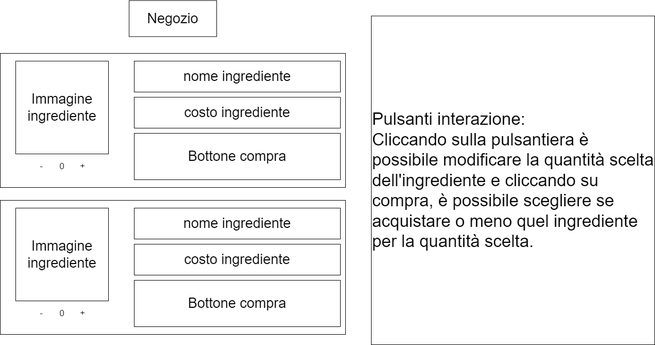
The draw.io diagram doc/img/StoryboardInterazioneConNegozio.png in zSavT/Healthy-Catering, before a commit. Source tidied: cells renumbered, new cells last; positions are measured from the earlier drawing's top-left corner, leaving out a move shared by most shapes. The source it was exported from:
```xml
<mxGraphModel>
  <root>
    <mxCell id="0" />
    <mxCell id="1" parent="0" />
    <mxCell id="2" value="Negozio" style="rounded=0;whiteSpace=wrap;html=1;fontSize=27;" parent="1" vertex="1">
      <mxGeometry x="250" y="0.5" width="170" height="70" as="geometry" />
    </mxCell>
    <mxCell id="3" value="&lt;font style=&quot;font-size: 33px;&quot;&gt;Pulsanti interazione:&lt;br&gt;Cliccando sulla pulsantiera è possibile modificare la quantità scelta dell'ingrediente e cliccando su compra, è possibile scegliere se acquistare o meno quel ingrediente per la quantità scelta.&lt;br&gt;&lt;/font&gt;" style="rounded=0;whiteSpace=wrap;html=1;fontSize=27;align=left;" parent="1" vertex="1">
      <mxGeometry x="720" y="30.5" width="550" height="637.5" as="geometry" />
    </mxCell>
    <mxCell id="4" style="whiteSpace=wrap;html=1;" parent="1" vertex="1">
      <mxGeometry y="103" width="670" height="260" as="geometry" />
    </mxCell>
    <mxCell id="5" value="costo ingrediente" style="rounded=0;whiteSpace=wrap;html=1;fontSize=27;" parent="1" vertex="1">
      <mxGeometry x="260" y="188" width="400" height="60" as="geometry" />
    </mxCell>
    <mxCell id="6" value="Bottone compra" style="rounded=0;whiteSpace=wrap;html=1;fontSize=27;" parent="1" vertex="1">
      <mxGeometry x="260" y="258" width="400" height="90" as="geometry" />
    </mxCell>
    <mxCell id="7" value="Immagine ingrediente" style="rounded=0;whiteSpace=wrap;html=1;fontSize=27;" parent="1" vertex="1">
      <mxGeometry x="30" y="118" width="180" height="180" as="geometry" />
    </mxCell>
    <mxCell id="8" value="nome ingrediente" style="rounded=0;whiteSpace=wrap;html=1;fontSize=27;" parent="1" vertex="1">
      <mxGeometry x="260" y="118" width="400" height="60" as="geometry" />
    </mxCell>
    <mxCell id="9" value="&lt;font style=&quot;font-size: 17px;&quot;&gt;0&lt;/font&gt;" style="text;html=1;strokeColor=none;fillColor=none;align=center;verticalAlign=middle;whiteSpace=wrap;rounded=0;" parent="1" vertex="1">
      <mxGeometry x="90" y="308" width="60" height="30" as="geometry" />
    </mxCell>
    <mxCell id="10" value="&lt;font style=&quot;font-size: 17px;&quot;&gt;+&lt;/font&gt;" style="text;html=1;strokeColor=none;fillColor=none;align=center;verticalAlign=middle;whiteSpace=wrap;rounded=0;" parent="1" vertex="1">
      <mxGeometry x="130" y="308" width="60" height="30" as="geometry" />
    </mxCell>
    <mxCell id="11" value="&lt;font style=&quot;font-size: 17px;&quot;&gt;-&lt;/font&gt;" style="text;html=1;strokeColor=none;fillColor=none;align=center;verticalAlign=middle;whiteSpace=wrap;rounded=0;" parent="1" vertex="1">
      <mxGeometry x="50" y="308" width="60" height="30" as="geometry" />
    </mxCell>
    <mxCell id="12" style="whiteSpace=wrap;html=1;" parent="1" vertex="1">
      <mxGeometry y="388" width="670" height="260" as="geometry" />
    </mxCell>
    <mxCell id="13" value="costo ingrediente" style="rounded=0;whiteSpace=wrap;html=1;fontSize=27;" parent="1" vertex="1">
      <mxGeometry x="260" y="473" width="400" height="60" as="geometry" />
    </mxCell>
    <mxCell id="14" value="Bottone compra" style="rounded=0;whiteSpace=wrap;html=1;fontSize=27;" parent="1" vertex="1">
      <mxGeometry x="260" y="543" width="400" height="90" as="geometry" />
    </mxCell>
    <mxCell id="15" value="Immagine ingrediente" style="rounded=0;whiteSpace=wrap;html=1;fontSize=27;" parent="1" vertex="1">
      <mxGeometry x="30" y="403" width="180" height="180" as="geometry" />
    </mxCell>
    <mxCell id="16" value="nome ingrediente" style="rounded=0;whiteSpace=wrap;html=1;fontSize=27;" parent="1" vertex="1">
      <mxGeometry x="260" y="403" width="400" height="60" as="geometry" />
    </mxCell>
    <mxCell id="17" value="&lt;font style=&quot;font-size: 17px;&quot;&gt;0&lt;/font&gt;" style="text;html=1;strokeColor=none;fillColor=none;align=center;verticalAlign=middle;whiteSpace=wrap;rounded=0;" parent="1" vertex="1">
      <mxGeometry x="90" y="593" width="60" height="30" as="geometry" />
    </mxCell>
    <mxCell id="18" value="&lt;font style=&quot;font-size: 17px;&quot;&gt;+&lt;/font&gt;" style="text;html=1;strokeColor=none;fillColor=none;align=center;verticalAlign=middle;whiteSpace=wrap;rounded=0;" parent="1" vertex="1">
      <mxGeometry x="130" y="593" width="60" height="30" as="geometry" />
    </mxCell>
    <mxCell id="19" value="&lt;font style=&quot;font-size: 17px;&quot;&gt;-&lt;/font&gt;" style="text;html=1;strokeColor=none;fillColor=none;align=center;verticalAlign=middle;whiteSpace=wrap;rounded=0;" parent="1" vertex="1">
      <mxGeometry x="50" y="593" width="60" height="30" as="geometry" />
    </mxCell>
  </root>
</mxGraphModel>
```
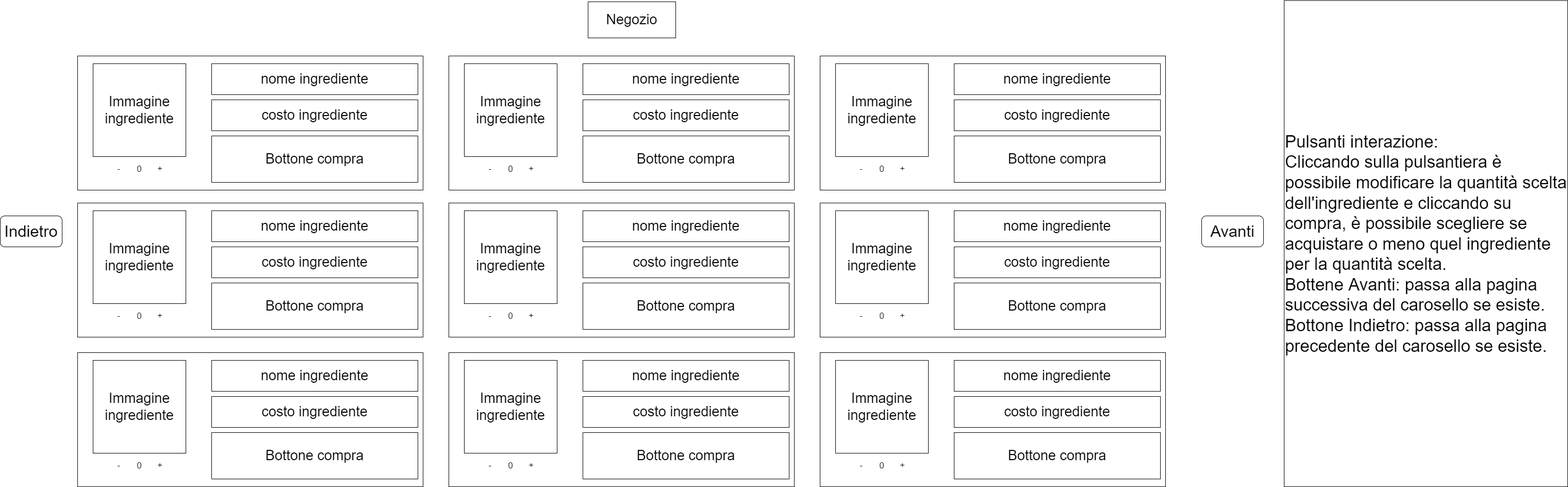
Above is the later version.

Commit message:
Aggiornato storyboard negozio

Change to the diagram source:
```diff
@@ -3,10 +3,10 @@
     <mxCell id="0" />
     <mxCell id="1" parent="0" />
     <mxCell id="2" value="Negozio" style="rounded=0;whiteSpace=wrap;html=1;fontSize=27;" parent="1" vertex="1">
-      <mxGeometry x="250" y="0.5" width="170" height="70" as="geometry" />
+      <mxGeometry x="990" y="-2" width="170" height="70" as="geometry" />
     </mxCell>
-    <mxCell id="3" value="&lt;font style=&quot;font-size: 33px;&quot;&gt;Pulsanti interazione:&lt;br&gt;Cliccando sulla pulsantiera è possibile modificare la quantità scelta dell'ingrediente e cliccando su compra, è possibile scegliere se acquistare o meno quel ingrediente per la quantità scelta.&lt;br&gt;&lt;/font&gt;" style="rounded=0;whiteSpace=wrap;html=1;fontSize=27;align=left;" parent="1" vertex="1">
-      <mxGeometry x="720" y="30.5" width="550" height="637.5" as="geometry" />
+    <mxCell id="3" value="&lt;font style=&quot;font-size: 33px;&quot;&gt;Pulsanti interazione:&lt;br&gt;Cliccando sulla pulsantiera è possibile modificare la quantità scelta dell'ingrediente e cliccando su compra, è possibile scegliere se acquistare o meno quel ingrediente per la quantità scelta.&lt;br&gt;Bottene Avanti: passa alla pagina successiva del carosello se esiste.&lt;br&gt;Bottone Indietro: passa alla pagina precedente del carosello se esiste.&lt;br&gt;&lt;/font&gt;" style="rounded=0;whiteSpace=wrap;html=1;fontSize=27;align=left;" parent="1" vertex="1">
+      <mxGeometry x="2340" y="-4.5" width="550" height="942.5" as="geometry" />
     </mxCell>
     <mxCell id="4" style="whiteSpace=wrap;html=1;" parent="1" vertex="1">
       <mxGeometry y="103" width="670" height="260" as="geometry" />
@@ -56,5 +56,179 @@
     <mxCell id="19" value="&lt;font style=&quot;font-size: 17px;&quot;&gt;-&lt;/font&gt;" style="text;html=1;strokeColor=none;fillColor=none;align=center;verticalAlign=middle;whiteSpace=wrap;rounded=0;" parent="1" vertex="1">
       <mxGeometry x="50" y="593" width="60" height="30" as="geometry" />
     </mxCell>
+    <mxCell id="20" style="whiteSpace=wrap;html=1;" parent="1" vertex="1">
+      <mxGeometry y="678" width="670" height="260" as="geometry" />
+    </mxCell>
+    <mxCell id="21" value="costo ingrediente" style="rounded=0;whiteSpace=wrap;html=1;fontSize=27;" parent="1" vertex="1">
+      <mxGeometry x="260" y="763" width="400" height="60" as="geometry" />
+    </mxCell>
+    <mxCell id="22" value="Bottone compra" style="rounded=0;whiteSpace=wrap;html=1;fontSize=27;" parent="1" vertex="1">
+      <mxGeometry x="260" y="833" width="400" height="90" as="geometry" />
+    </mxCell>
+    <mxCell id="23" value="Immagine ingrediente" style="rounded=0;whiteSpace=wrap;html=1;fontSize=27;" parent="1" vertex="1">
+      <mxGeometry x="30" y="693" width="180" height="180" as="geometry" />
+    </mxCell>
+    <mxCell id="24" value="nome ingrediente" style="rounded=0;whiteSpace=wrap;html=1;fontSize=27;" parent="1" vertex="1">
+      <mxGeometry x="260" y="693" width="400" height="60" as="geometry" />
+    </mxCell>
+    <mxCell id="25" value="&lt;font style=&quot;font-size: 17px;&quot;&gt;0&lt;/font&gt;" style="text;html=1;strokeColor=none;fillColor=none;align=center;verticalAlign=middle;whiteSpace=wrap;rounded=0;" parent="1" vertex="1">
+      <mxGeometry x="90" y="883" width="60" height="30" as="geometry" />
+    </mxCell>
+    <mxCell id="26" value="&lt;font style=&quot;font-size: 17px;&quot;&gt;+&lt;/font&gt;" style="text;html=1;strokeColor=none;fillColor=none;align=center;verticalAlign=middle;whiteSpace=wrap;rounded=0;" parent="1" vertex="1">
+      <mxGeometry x="130" y="883" width="60" height="30" as="geometry" />
+    </mxCell>
+    <mxCell id="27" value="&lt;font style=&quot;font-size: 17px;&quot;&gt;-&lt;/font&gt;" style="text;html=1;strokeColor=none;fillColor=none;align=center;verticalAlign=middle;whiteSpace=wrap;rounded=0;" parent="1" vertex="1">
+      <mxGeometry x="50" y="883" width="60" height="30" as="geometry" />
+    </mxCell>
+    <mxCell id="28" style="whiteSpace=wrap;html=1;" parent="1" vertex="1">
+      <mxGeometry x="720" y="103" width="670" height="260" as="geometry" />
+    </mxCell>
+    <mxCell id="29" value="costo ingrediente" style="rounded=0;whiteSpace=wrap;html=1;fontSize=27;" parent="1" vertex="1">
+      <mxGeometry x="980" y="188" width="400" height="60" as="geometry" />
+    </mxCell>
+    <mxCell id="30" value="Bottone compra" style="rounded=0;whiteSpace=wrap;html=1;fontSize=27;" parent="1" vertex="1">
+      <mxGeometry x="980" y="258" width="400" height="90" as="geometry" />
+    </mxCell>
+    <mxCell id="31" value="Immagine ingrediente" style="rounded=0;whiteSpace=wrap;html=1;fontSize=27;" parent="1" vertex="1">
+      <mxGeometry x="750" y="118" width="180" height="180" as="geometry" />
+    </mxCell>
+    <mxCell id="32" value="nome ingrediente" style="rounded=0;whiteSpace=wrap;html=1;fontSize=27;" parent="1" vertex="1">
+      <mxGeometry x="980" y="118" width="400" height="60" as="geometry" />
+    </mxCell>
+    <mxCell id="33" value="&lt;font style=&quot;font-size: 17px;&quot;&gt;0&lt;/font&gt;" style="text;html=1;strokeColor=none;fillColor=none;align=center;verticalAlign=middle;whiteSpace=wrap;rounded=0;" parent="1" vertex="1">
+      <mxGeometry x="810" y="308" width="60" height="30" as="geometry" />
+    </mxCell>
+    <mxCell id="34" value="&lt;font style=&quot;font-size: 17px;&quot;&gt;+&lt;/font&gt;" style="text;html=1;strokeColor=none;fillColor=none;align=center;verticalAlign=middle;whiteSpace=wrap;rounded=0;" parent="1" vertex="1">
+      <mxGeometry x="850" y="308" width="60" height="30" as="geometry" />
+    </mxCell>
+    <mxCell id="35" value="&lt;font style=&quot;font-size: 17px;&quot;&gt;-&lt;/font&gt;" style="text;html=1;strokeColor=none;fillColor=none;align=center;verticalAlign=middle;whiteSpace=wrap;rounded=0;" parent="1" vertex="1">
+      <mxGeometry x="770" y="308" width="60" height="30" as="geometry" />
+    </mxCell>
+    <mxCell id="36" style="whiteSpace=wrap;html=1;" parent="1" vertex="1">
+      <mxGeometry x="720" y="388" width="670" height="260" as="geometry" />
+    </mxCell>
+    <mxCell id="37" value="costo ingrediente" style="rounded=0;whiteSpace=wrap;html=1;fontSize=27;" parent="1" vertex="1">
+      <mxGeometry x="980" y="473" width="400" height="60" as="geometry" />
+    </mxCell>
+    <mxCell id="38" value="Bottone compra" style="rounded=0;whiteSpace=wrap;html=1;fontSize=27;" parent="1" vertex="1">
+      <mxGeometry x="980" y="543" width="400" height="90" as="geometry" />
+    </mxCell>
+    <mxCell id="39" value="Immagine ingrediente" style="rounded=0;whiteSpace=wrap;html=1;fontSize=27;" parent="1" vertex="1">
+      <mxGeometry x="750" y="403" width="180" height="180" as="geometry" />
+    </mxCell>
+    <mxCell id="40" value="nome ingrediente" style="rounded=0;whiteSpace=wrap;html=1;fontSize=27;" parent="1" vertex="1">
+      <mxGeometry x="980" y="403" width="400" height="60" as="geometry" />
+    </mxCell>
+    <mxCell id="41" value="&lt;font style=&quot;font-size: 17px;&quot;&gt;0&lt;/font&gt;" style="text;html=1;strokeColor=none;fillColor=none;align=center;verticalAlign=middle;whiteSpace=wrap;rounded=0;" parent="1" vertex="1">
+      <mxGeometry x="810" y="593" width="60" height="30" as="geometry" />
+    </mxCell>
+    <mxCell id="42" value="&lt;font style=&quot;font-size: 17px;&quot;&gt;+&lt;/font&gt;" style="text;html=1;strokeColor=none;fillColor=none;align=center;verticalAlign=middle;whiteSpace=wrap;rounded=0;" parent="1" vertex="1">
+      <mxGeometry x="850" y="593" width="60" height="30" as="geometry" />
+    </mxCell>
+    <mxCell id="43" value="&lt;font style=&quot;font-size: 17px;&quot;&gt;-&lt;/font&gt;" style="text;html=1;strokeColor=none;fillColor=none;align=center;verticalAlign=middle;whiteSpace=wrap;rounded=0;" parent="1" vertex="1">
+      <mxGeometry x="770" y="593" width="60" height="30" as="geometry" />
+    </mxCell>
+    <mxCell id="44" style="whiteSpace=wrap;html=1;" parent="1" vertex="1">
+      <mxGeometry x="720" y="678" width="670" height="260" as="geometry" />
+    </mxCell>
+    <mxCell id="45" value="costo ingrediente" style="rounded=0;whiteSpace=wrap;html=1;fontSize=27;" parent="1" vertex="1">
+      <mxGeometry x="980" y="763" width="400" height="60" as="geometry" />
+    </mxCell>
+    <mxCell id="46" value="Bottone compra" style="rounded=0;whiteSpace=wrap;html=1;fontSize=27;" parent="1" vertex="1">
+      <mxGeometry x="980" y="833" width="400" height="90" as="geometry" />
+    </mxCell>
+    <mxCell id="47" value="Immagine ingrediente" style="rounded=0;whiteSpace=wrap;html=1;fontSize=27;" parent="1" vertex="1">
+      <mxGeometry x="750" y="693" width="180" height="180" as="geometry" />
+    </mxCell>
+    <mxCell id="48" value="nome ingrediente" style="rounded=0;whiteSpace=wrap;html=1;fontSize=27;" parent="1" vertex="1">
+      <mxGeometry x="980" y="693" width="400" height="60" as="geometry" />
+    </mxCell>
+    <mxCell id="49" value="&lt;font style=&quot;font-size: 17px;&quot;&gt;0&lt;/font&gt;" style="text;html=1;strokeColor=none;fillColor=none;align=center;verticalAlign=middle;whiteSpace=wrap;rounded=0;" parent="1" vertex="1">
+      <mxGeometry x="810" y="883" width="60" height="30" as="geometry" />
+    </mxCell>
+    <mxCell id="50" value="&lt;font style=&quot;font-size: 17px;&quot;&gt;+&lt;/font&gt;" style="text;html=1;strokeColor=none;fillColor=none;align=center;verticalAlign=middle;whiteSpace=wrap;rounded=0;" parent="1" vertex="1">
+      <mxGeometry x="850" y="883" width="60" height="30" as="geometry" />
+    </mxCell>
+    <mxCell id="51" value="&lt;font style=&quot;font-size: 17px;&quot;&gt;-&lt;/font&gt;" style="text;html=1;strokeColor=none;fillColor=none;align=center;verticalAlign=middle;whiteSpace=wrap;rounded=0;" parent="1" vertex="1">
+      <mxGeometry x="770" y="883" width="60" height="30" as="geometry" />
+    </mxCell>
+    <mxCell id="52" style="whiteSpace=wrap;html=1;" parent="1" vertex="1">
+      <mxGeometry x="1440" y="103" width="670" height="260" as="geometry" />
+    </mxCell>
+    <mxCell id="53" value="costo ingrediente" style="rounded=0;whiteSpace=wrap;html=1;fontSize=27;" parent="1" vertex="1">
+      <mxGeometry x="1700" y="188" width="400" height="60" as="geometry" />
+    </mxCell>
+    <mxCell id="54" value="Bottone compra" style="rounded=0;whiteSpace=wrap;html=1;fontSize=27;" parent="1" vertex="1">
+      <mxGeometry x="1700" y="258" width="400" height="90" as="geometry" />
+    </mxCell>
+    <mxCell id="55" value="Immagine ingrediente" style="rounded=0;whiteSpace=wrap;html=1;fontSize=27;" parent="1" vertex="1">
+      <mxGeometry x="1470" y="118" width="180" height="180" as="geometry" />
+    </mxCell>
+    <mxCell id="56" value="nome ingrediente" style="rounded=0;whiteSpace=wrap;html=1;fontSize=27;" parent="1" vertex="1">
+      <mxGeometry x="1700" y="118" width="400" height="60" as="geometry" />
+    </mxCell>
+    <mxCell id="57" value="&lt;font style=&quot;font-size: 17px;&quot;&gt;0&lt;/font&gt;" style="text;html=1;strokeColor=none;fillColor=none;align=center;verticalAlign=middle;whiteSpace=wrap;rounded=0;" parent="1" vertex="1">
+      <mxGeometry x="1530" y="308" width="60" height="30" as="geometry" />
+    </mxCell>
+    <mxCell id="58" value="&lt;font style=&quot;font-size: 17px;&quot;&gt;+&lt;/font&gt;" style="text;html=1;strokeColor=none;fillColor=none;align=center;verticalAlign=middle;whiteSpace=wrap;rounded=0;" parent="1" vertex="1">
+      <mxGeometry x="1570" y="308" width="60" height="30" as="geometry" />
+    </mxCell>
+    <mxCell id="59" value="&lt;font style=&quot;font-size: 17px;&quot;&gt;-&lt;/font&gt;" style="text;html=1;strokeColor=none;fillColor=none;align=center;verticalAlign=middle;whiteSpace=wrap;rounded=0;" parent="1" vertex="1">
+      <mxGeometry x="1490" y="308" width="60" height="30" as="geometry" />
+    </mxCell>
+    <mxCell id="60" style="whiteSpace=wrap;html=1;" parent="1" vertex="1">
+      <mxGeometry x="1440" y="388" width="670" height="260" as="geometry" />
+    </mxCell>
+    <mxCell id="61" value="costo ingrediente" style="rounded=0;whiteSpace=wrap;html=1;fontSize=27;" parent="1" vertex="1">
+      <mxGeometry x="1700" y="473" width="400" height="60" as="geometry" />
+    </mxCell>
+    <mxCell id="62" value="Bottone compra" style="rounded=0;whiteSpace=wrap;html=1;fontSize=27;" parent="1" vertex="1">
+      <mxGeometry x="1700" y="543" width="400" height="90" as="geometry" />
+    </mxCell>
+    <mxCell id="63" value="Immagine ingrediente" style="rounded=0;whiteSpace=wrap;html=1;fontSize=27;" parent="1" vertex="1">
+      <mxGeometry x="1470" y="403" width="180" height="180" as="geometry" />
+    </mxCell>
+    <mxCell id="64" value="nome ingrediente" style="rounded=0;whiteSpace=wrap;html=1;fontSize=27;" parent="1" vertex="1">
+      <mxGeometry x="1700" y="403" width="400" height="60" as="geometry" />
+    </mxCell>
+    <mxCell id="65" value="&lt;font style=&quot;font-size: 17px;&quot;&gt;0&lt;/font&gt;" style="text;html=1;strokeColor=none;fillColor=none;align=center;verticalAlign=middle;whiteSpace=wrap;rounded=0;" parent="1" vertex="1">
+      <mxGeometry x="1530" y="593" width="60" height="30" as="geometry" />
+    </mxCell>
+    <mxCell id="66" value="&lt;font style=&quot;font-size: 17px;&quot;&gt;+&lt;/font&gt;" style="text;html=1;strokeColor=none;fillColor=none;align=center;verticalAlign=middle;whiteSpace=wrap;rounded=0;" parent="1" vertex="1">
+      <mxGeometry x="1570" y="593" width="60" height="30" as="geometry" />
+    </mxCell>
+    <mxCell id="67" value="&lt;font style=&quot;font-size: 17px;&quot;&gt;-&lt;/font&gt;" style="text;html=1;strokeColor=none;fillColor=none;align=center;verticalAlign=middle;whiteSpace=wrap;rounded=0;" parent="1" vertex="1">
+      <mxGeometry x="1490" y="593" width="60" height="30" as="geometry" />
+    </mxCell>
+    <mxCell id="68" style="whiteSpace=wrap;html=1;" parent="1" vertex="1">
+      <mxGeometry x="1440" y="678" width="670" height="260" as="geometry" />
+    </mxCell>
+    <mxCell id="69" value="costo ingrediente" style="rounded=0;whiteSpace=wrap;html=1;fontSize=27;" parent="1" vertex="1">
+      <mxGeometry x="1700" y="763" width="400" height="60" as="geometry" />
+    </mxCell>
+    <mxCell id="70" value="Bottone compra" style="rounded=0;whiteSpace=wrap;html=1;fontSize=27;" parent="1" vertex="1">
+      <mxGeometry x="1700" y="833" width="400" height="90" as="geometry" />
+    </mxCell>
+    <mxCell id="71" value="Immagine ingrediente" style="rounded=0;whiteSpace=wrap;html=1;fontSize=27;" parent="1" vertex="1">
+      <mxGeometry x="1470" y="693" width="180" height="180" as="geometry" />
+    </mxCell>
+    <mxCell id="72" value="nome ingrediente" style="rounded=0;whiteSpace=wrap;html=1;fontSize=27;" parent="1" vertex="1">
+      <mxGeometry x="1700" y="693" width="400" height="60" as="geometry" />
+    </mxCell>
+    <mxCell id="73" value="&lt;font style=&quot;font-size: 17px;&quot;&gt;0&lt;/font&gt;" style="text;html=1;strokeColor=none;fillColor=none;align=center;verticalAlign=middle;whiteSpace=wrap;rounded=0;" parent="1" vertex="1">
+      <mxGeometry x="1530" y="883" width="60" height="30" as="geometry" />
+    </mxCell>
+    <mxCell id="74" value="&lt;font style=&quot;font-size: 17px;&quot;&gt;+&lt;/font&gt;" style="text;html=1;strokeColor=none;fillColor=none;align=center;verticalAlign=middle;whiteSpace=wrap;rounded=0;" parent="1" vertex="1">
+      <mxGeometry x="1570" y="883" width="60" height="30" as="geometry" />
+    </mxCell>
+    <mxCell id="75" value="&lt;font style=&quot;font-size: 17px;&quot;&gt;-&lt;/font&gt;" style="text;html=1;strokeColor=none;fillColor=none;align=center;verticalAlign=middle;whiteSpace=wrap;rounded=0;" parent="1" vertex="1">
+      <mxGeometry x="1490" y="883" width="60" height="30" as="geometry" />
+    </mxCell>
+    <mxCell id="76" value="&lt;font style=&quot;font-size: 31px;&quot;&gt;Avanti&lt;/font&gt;" style="rounded=1;whiteSpace=wrap;html=1;" parent="1" vertex="1">
+      <mxGeometry x="2180" y="413" width="120" height="60" as="geometry" />
+    </mxCell>
+    <mxCell id="77" value="&lt;font style=&quot;font-size: 31px;&quot;&gt;Indietro&lt;/font&gt;" style="rounded=1;whiteSpace=wrap;html=1;" parent="1" vertex="1">
+      <mxGeometry x="-150" y="413" width="120" height="60" as="geometry" />
+    </mxCell>
   </root>
 </mxGraphModel>
```
